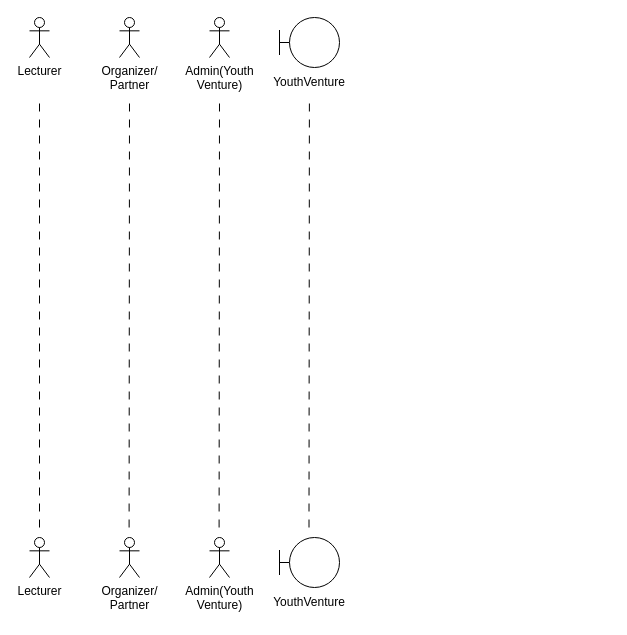
Earlier version of the draw.io diagram sequence_diagram/UC018 seq diagram.drawio (wei2030/year2_project). Source tidied: cells renumbered, new cells numbered last; positions are measured from the earlier drawing's top-left corner, leaving out a move shared by most shapes. Both pictures are drawn from the tidied source at 100%, with x=0, y=0 at pixel (29, 17).
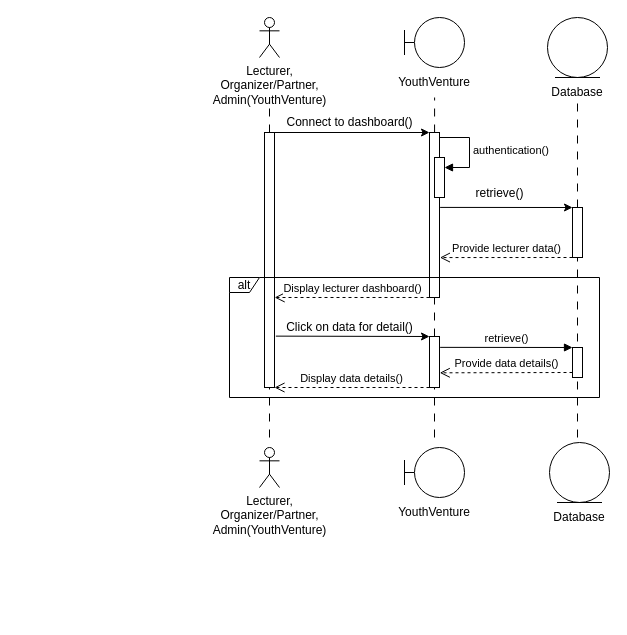
The same diagram, later.

The edit, as a diff of the source:
```diff
@@
-    <mxCell id="2" value="Lecturer" style="shape=umlActor;verticalLabelPosition=bottom;verticalAlign=top;html=1;" parent="1" vertex="1">
-      <mxGeometry width="20" height="40" as="geometry" />
+    <mxCell id="2" value="Lecturer,&lt;br&gt;Organizer/Partner,&lt;br&gt;Admin(YouthVenture)" style="shape=umlActor;verticalLabelPosition=bottom;verticalAlign=top;html=1;" parent="1" vertex="1">
+      <mxGeometry x="230" width="20" height="40" as="geometry" />
     </mxCell>
-    <mxCell id="3" value="Organizer/&lt;br&gt;Partner" style="shape=umlActor;verticalLabelPosition=bottom;verticalAlign=top;html=1;" parent="1" vertex="1">
-      <mxGeometry x="90" width="20" height="40" as="geometry" />
-    </mxCell>
-    <mxCell id="4" value="Admin(Youth&lt;br&gt;Venture)" style="shape=umlActor;verticalLabelPosition=bottom;verticalAlign=top;html=1;" parent="1" vertex="1">
-      <mxGeometry x="180" width="20" height="40" as="geometry" />
-    </mxCell>
-    <mxCell id="5" value="Lecturer" style="shape=umlActor;verticalLabelPosition=bottom;verticalAlign=top;html=1;" parent="1" vertex="1">
-      <mxGeometry y="520" width="20" height="40" as="geometry" />
-    </mxCell>
-    <mxCell id="6" style="endArrow=none;dashed=1;html=1;rounded=0;strokeWidth=1;dashPattern=8 8;" parent="1" edge="1">
+    <mxCell id="6" style="endArrow=none;dashed=1;html=1;rounded=0;strokeWidth=1;dashPattern=8 8;" parent="1" edge="1" source="23">
       <mxGeometry relative="1" as="geometry">
-        <mxPoint x="10" y="510" as="sourcePoint" />
-        <mxPoint x="10" y="80" as="targetPoint" />
+        <mxPoint x="240" y="90" as="targetPoint" />
       </mxGeometry>
     </mxCell>
-    <mxCell id="7" value="Organizer/&lt;br&gt;Partner" style="shape=umlActor;verticalLabelPosition=bottom;verticalAlign=top;html=1;" parent="1" vertex="1">
-      <mxGeometry x="90" y="520" width="20" height="40" as="geometry" />
-    </mxCell>
-    <mxCell id="8" value="Admin(Youth&lt;br&gt;Venture)" style="shape=umlActor;verticalLabelPosition=bottom;verticalAlign=top;html=1;" parent="1" vertex="1">
-      <mxGeometry x="180" y="520" width="20" height="40" as="geometry" />
-    </mxCell>
-    <mxCell id="9" style="endArrow=none;dashed=1;html=1;rounded=0;strokeWidth=1;dashPattern=8 8;" parent="1" edge="1">
-      <mxGeometry relative="1" as="geometry">
-        <mxPoint x="99.6" y="510" as="sourcePoint" />
-        <mxPoint x="100" y="80" as="targetPoint" />
-      </mxGeometry>
-    </mxCell>
-    <mxCell id="10" style="endArrow=none;dashed=1;html=1;rounded=0;strokeWidth=1;dashPattern=8 8;" parent="1" edge="1">
-      <mxGeometry relative="1" as="geometry">
-        <mxPoint x="189.6" y="510" as="sourcePoint" />
-        <mxPoint x="190" y="80" as="targetPoint" />
-      </mxGeometry>
-    </mxCell>
-    <mxCell id="11" style="endArrow=none;dashed=1;html=1;rounded=0;strokeWidth=1;dashPattern=8 8;" parent="1" edge="1">
-      <mxGeometry relative="1" as="geometry">
-        <mxPoint x="279.5" y="510" as="sourcePoint" />
-        <mxPoint x="279.9" y="80" as="targetPoint" />
-      </mxGeometry>
-    </mxCell>
     <mxCell id="12" style="group;" parent="1" vertex="1">
-      <mxGeometry x="250" width="60" height="80" as="geometry" />
+      <mxGeometry x="375" width="60" height="80" as="geometry" />
     </mxCell>
@@
-    <mxCell id="15" style="group;" parent="1" vertex="1">
-      <mxGeometry x="250" y="520" width="60" height="80" as="geometry" />
-    </mxCell>
+    <mxCell id="18" style="group;" parent="1" vertex="1">
+      <mxGeometry x="518" width="60" height="90" as="geometry" />
+    </mxCell>
+    <mxCell id="19" style="ellipse;shape=umlEntity;whiteSpace=wrap;html=1;" parent="18" vertex="1">
+      <mxGeometry width="60" height="60" as="geometry" />
+    </mxCell>
+    <mxCell id="20" value="Database" style="text;html=1;strokeColor=none;fillColor=none;align=center;verticalAlign=middle;whiteSpace=wrap;rounded=0;" parent="18" vertex="1">
+      <mxGeometry y="60" width="60" height="30" as="geometry" />
+    </mxCell>
+    <mxCell id="21" style="endArrow=none;dashed=1;html=1;rounded=0;strokeWidth=1;dashPattern=8 8;" parent="1" edge="1" source="30">
+      <mxGeometry relative="1" as="geometry">
+        <mxPoint x="548" y="80" as="targetPoint" />
+      </mxGeometry>
+    </mxCell>
+    <mxCell id="22" style="endArrow=none;dashed=1;html=1;rounded=0;strokeWidth=1;dashPattern=8 8;" parent="1" edge="1" target="23">
+      <mxGeometry relative="1" as="geometry">
+        <mxPoint x="240" y="420" as="sourcePoint" />
+      </mxGeometry>
+    </mxCell>
+    <mxCell id="23" style="rounded=0;whiteSpace=wrap;html=1;" parent="1" vertex="1">
+      <mxGeometry x="235" y="115" width="10" height="255" as="geometry" />
+    </mxCell>
+    <mxCell id="24" style="endArrow=classic;html=1;rounded=0;exitX=1;exitY=0;exitDx=0;exitDy=0;entryX=0;entryY=0;entryDx=0;entryDy=0;" parent="1" edge="1" source="23" target="28">
+      <mxGeometry relative="1" as="geometry" />
+    </mxCell>
+    <mxCell id="25" style="endArrow=none;dashed=1;html=1;rounded=0;strokeWidth=1;dashPattern=8 8;" parent="1" edge="1" source="28">
+      <mxGeometry relative="1" as="geometry">
+        <mxPoint x="405.1" y="80" as="targetPoint" />
+      </mxGeometry>
+    </mxCell>
+    <mxCell id="26" value="Connect to dashboard()" style="text;html=1;align=center;verticalAlign=middle;strokeColor=none;fillColor=none;" parent="1" vertex="1">
+      <mxGeometry x="245" y="90" width="150" height="30" as="geometry" />
+    </mxCell>
+    <mxCell id="27" style="endArrow=none;dashed=1;html=1;rounded=0;strokeWidth=1;dashPattern=8 8;" parent="1" edge="1" source="39" target="28">
+      <mxGeometry relative="1" as="geometry" />
+    </mxCell>
+    <mxCell id="28" style="rounded=0;whiteSpace=wrap;html=1;" parent="1" vertex="1">
+      <mxGeometry x="400" y="115" width="10" height="165" as="geometry" />
+    </mxCell>
+    <mxCell id="29" style="endArrow=none;dashed=1;html=1;rounded=0;strokeWidth=1;dashPattern=8 8;" parent="1" edge="1" target="30">
+      <mxGeometry relative="1" as="geometry">
+        <mxPoint x="548" y="420" as="sourcePoint" />
+      </mxGeometry>
+    </mxCell>
+    <mxCell id="30" style="rounded=0;whiteSpace=wrap;html=1;" parent="1" vertex="1">
+      <mxGeometry x="543" y="190" width="10" height="50" as="geometry" />
+    </mxCell>
+    <mxCell id="31" style="endArrow=classic;html=1;rounded=0;entryX=0;entryY=0;entryDx=0;entryDy=0;exitX=1.063;exitY=0.454;exitDx=0;exitDy=0;exitPerimeter=0;" parent="1" edge="1" source="28" target="30">
+      <mxGeometry relative="1" as="geometry" />
+    </mxCell>
+    <mxCell id="32" value="retrieve()" style="text;html=1;align=center;verticalAlign=middle;strokeColor=none;fillColor=none;" parent="1" vertex="1">
+      <mxGeometry x="435" y="161" width="70" height="30" as="geometry" />
+    </mxCell>
+    <mxCell id="33" style="html=1;points=[[0,0,0,0,5],[0,1,0,0,-5],[1,0,0,0,5],[1,1,0,0,-5]];perimeter=orthogonalPerimeter;outlineConnect=0;targetShapes=umlLifeline;portConstraint=eastwest;newEdgeStyle={&quot;curved&quot;:0,&quot;rounded&quot;:0};" parent="1" vertex="1">
+      <mxGeometry x="405" y="140" width="10" height="40" as="geometry" />
+    </mxCell>
+    <mxCell id="34" value="authentication()" style="html=1;align=left;spacingLeft=2;endArrow=block;rounded=0;edgeStyle=orthogonalEdgeStyle;curved=0;rounded=0;" parent="1" edge="1" target="33">
+      <mxGeometry relative="1" as="geometry">
+        <mxPoint x="410" y="120" as="sourcePoint" />
+        <Array as="points">
+          <mxPoint x="440" y="150" />
+        </Array>
+      </mxGeometry>
+    </mxCell>
+    <mxCell id="35" value="Provide lecturer data()" style="html=1;verticalAlign=bottom;endArrow=open;dashed=1;endSize=8;curved=0;rounded=0;exitX=0;exitY=1;exitDx=0;exitDy=0;entryX=1.04;entryY=0.758;entryDx=0;entryDy=0;entryPerimeter=0;" parent="1" edge="1" source="30" target="28">
+      <mxGeometry relative="1" as="geometry" />
+    </mxCell>
+    <mxCell id="36" value="Display lecturer dashboard()" style="html=1;verticalAlign=bottom;endArrow=open;dashed=1;endSize=8;curved=0;rounded=0;exitX=0;exitY=1;exitDx=0;exitDy=0;entryX=1.012;entryY=0.647;entryDx=0;entryDy=0;entryPerimeter=0;" parent="1" edge="1" source="28" target="23">
+      <mxGeometry relative="1" as="geometry" />
+    </mxCell>
+    <mxCell id="37" style="endArrow=classic;html=1;rounded=0;entryX=0;entryY=0;entryDx=0;entryDy=0;exitX=0.009;exitY=0.788;exitDx=0;exitDy=0;exitPerimeter=0;" parent="1" edge="1" source="40" target="39">
+      <mxGeometry relative="1" as="geometry" />
+    </mxCell>
+    <mxCell id="38" style="endArrow=none;dashed=1;html=1;rounded=0;strokeWidth=1;dashPattern=8 8;" parent="1" edge="1" target="39">
+      <mxGeometry relative="1" as="geometry">
+        <mxPoint x="405" y="420" as="sourcePoint" />
+      </mxGeometry>
+    </mxCell>
+    <mxCell id="39" style="rounded=0;whiteSpace=wrap;html=1;" parent="1" vertex="1">
+      <mxGeometry x="400" y="319" width="10" height="51" as="geometry" />
+    </mxCell>
+    <mxCell id="40" value="Click on data for detail()" style="text;html=1;align=center;verticalAlign=middle;points=[];strokeColor=none;fillColor=none;" parent="1" vertex="1">
+      <mxGeometry x="245" y="295" width="150" height="30" as="geometry" />
+    </mxCell>
+    <mxCell id="41" style="html=1;points=[[0,0,0,0,5],[0,1,0,0,-5],[1,0,0,0,5],[1,1,0,0,-5]];perimeter=orthogonalPerimeter;outlineConnect=0;targetShapes=umlLifeline;portConstraint=eastwest;newEdgeStyle={&quot;curved&quot;:0,&quot;rounded&quot;:0};" parent="1" vertex="1">
+      <mxGeometry x="543" y="330" width="10" height="30" as="geometry" />
+    </mxCell>
+    <mxCell id="42" value="retrieve()" style="html=1;verticalAlign=bottom;endArrow=block;curved=0;rounded=0;exitX=1.063;exitY=0.213;exitDx=0;exitDy=0;exitPerimeter=0;" parent="1" edge="1" source="39" target="41">
+      <mxGeometry relative="1" as="geometry" />
+    </mxCell>
+    <mxCell id="43" value="Provide data details()" style="html=1;verticalAlign=bottom;endArrow=open;dashed=1;endSize=8;curved=0;rounded=0;exitX=0;exitY=1;exitDx=0;exitDy=-5;entryX=1.024;entryY=0.712;entryDx=0;entryDy=0;entryPerimeter=0;" parent="1" edge="1" source="41" target="39">
+      <mxGeometry relative="1" as="geometry" />
+    </mxCell>
+    <mxCell id="44" value="Display data details()" style="html=1;verticalAlign=bottom;endArrow=open;dashed=1;endSize=8;curved=0;rounded=0;exitX=0;exitY=1;exitDx=0;exitDy=0;entryX=1;entryY=1;entryDx=0;entryDy=0;" parent="1" edge="1" source="39" target="23">
+      <mxGeometry relative="1" as="geometry" />
+    </mxCell>
+    <mxCell id="45" value="alt" style="shape=umlFrame;whiteSpace=wrap;html=1;width=30;height=15;" parent="1" vertex="1">
+      <mxGeometry x="200" y="260" width="370" height="120" as="geometry" />
+    </mxCell>
+    <mxCell id="46" value="Lecturer,&lt;br&gt;Organizer/Partner,&lt;br&gt;Admin(YouthVenture)" style="shape=umlActor;verticalLabelPosition=bottom;verticalAlign=top;html=1;" parent="1" vertex="1">
+      <mxGeometry x="230" y="430" width="20" height="40" as="geometry" />
+    </mxCell>
+    <mxCell id="47" style="group;" parent="1" vertex="1">
+      <mxGeometry x="375" y="430" width="60" height="80" as="geometry" />
+    </mxCell>
-    <mxCell id="16" style="shape=umlBoundary;whiteSpace=wrap;html=1;" parent="15" vertex="1">
+    <mxCell id="16" style="shape=umlBoundary;whiteSpace=wrap;html=1;" parent="47" vertex="1">
       <mxGeometry width="60" height="50" as="geometry" />
     </mxCell>
-    <mxCell id="17" value="YouthVenture" style="text;html=1;strokeColor=none;fillColor=none;align=center;verticalAlign=middle;whiteSpace=wrap;rounded=0;" parent="15" vertex="1">
+    <mxCell id="17" value="YouthVenture" style="text;html=1;strokeColor=none;fillColor=none;align=center;verticalAlign=middle;whiteSpace=wrap;rounded=0;" parent="47" vertex="1">
       <mxGeometry y="50" width="60" height="30" as="geometry" />
     </mxCell>
+    <mxCell id="48" style="group;" parent="1" vertex="1">
+      <mxGeometry x="520" y="425" width="60" height="90" as="geometry" />
+    </mxCell>
+    <mxCell id="49" style="ellipse;shape=umlEntity;whiteSpace=wrap;html=1;" parent="48" vertex="1">
+      <mxGeometry width="60" height="60" as="geometry" />
+    </mxCell>
+    <mxCell id="50" value="Database" style="text;html=1;strokeColor=none;fillColor=none;align=center;verticalAlign=middle;whiteSpace=wrap;rounded=0;" parent="48" vertex="1">
+      <mxGeometry y="60" width="60" height="30" as="geometry" />
+    </mxCell>
```
